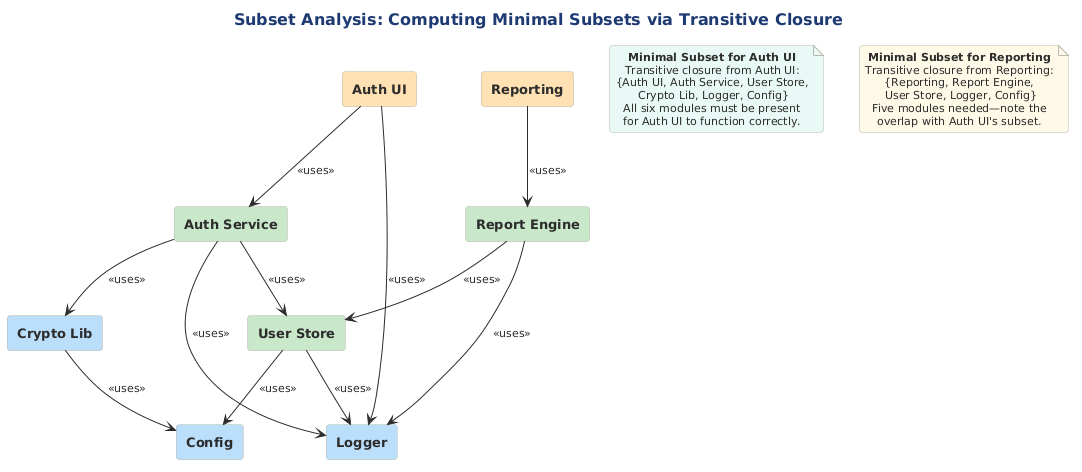
This is src/architecture/views-and-beyond/style-catalogs/module/uses-style/png/subset-analysis-computing-minimal-subsets-via.png from Notoriousjayy/latex-docs, a PlantUML export, as it was before one commit. Its diagram source:
```plantuml
@startuml

skinparam RectangleBorderColor #2C3E50
!include ../../../../../../tooling/styles/plantuml/structural/component-diagram-style.iuml

skinparam RectangleFontSize 13

title Subset Analysis: Computing Minimal Subsets via Transitive Closure

rectangle "**Auth UI**" as F #FFE0B2
rectangle "**Auth Service**" as D #C8E6C9
rectangle "**User Store**" as E #C8E6C9
rectangle "**Crypto Lib**" as B #BBDEFB
rectangle "**Logger**" as C #BBDEFB
rectangle "**Config**" as A #BBDEFB
rectangle "**Reporting**" as G #FFE0B2
rectangle "**Report Engine**" as H #C8E6C9

F -down-> D : <<uses>>
F -down-> C : <<uses>>
D -down-> E : <<uses>>
D -down-> B : <<uses>>
D -down-> C : <<uses>>
E -down-> A : <<uses>>
E -down-> C : <<uses>>
B -down-> A : <<uses>>
G -down-> H : <<uses>>
H -down-> E : <<uses>>
H -down-> C : <<uses>>

note as N1 #E8F8F5
  **Minimal Subset for Auth UI**
  Transitive closure from Auth UI:
  {Auth UI, Auth Service, User Store,
   Crypto Lib, Logger, Config}
  All six modules must be present
  for Auth UI to function correctly.
end note

note as N2 #FEF9E7
  **Minimal Subset for Reporting**
  Transitive closure from Reporting:
  {Reporting, Report Engine,
   User Store, Logger, Config}
  Five modules needed—note the
  overlap with Auth UI's subset.
end note
@enduml
```
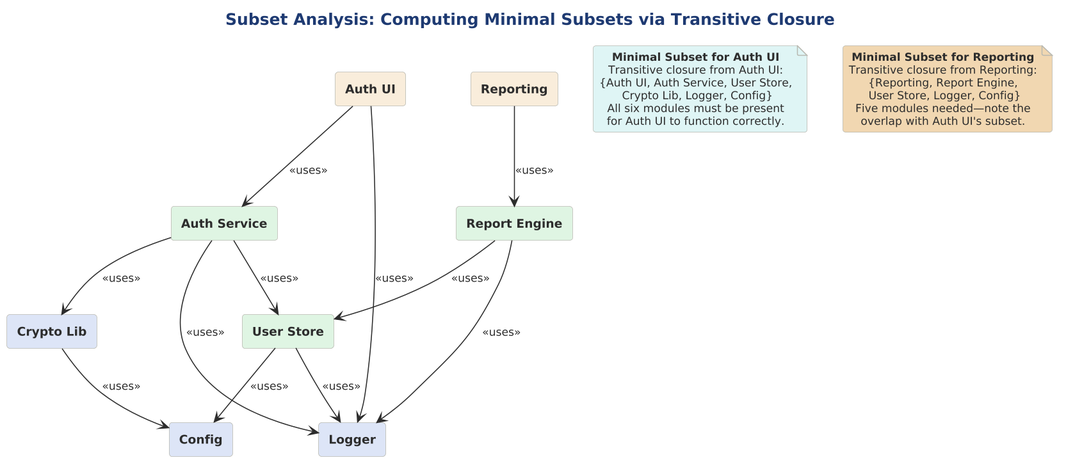
Later version of the same file.

Change to the diagram source:
```diff
@@ -1,20 +1,22 @@
 @startuml
 
-skinparam RectangleBorderColor #2C3E50
+skinparam dpi 150
+
+
+
+
 !include ../../../../../../tooling/styles/plantuml/structural/component-diagram-style.iuml
-
-skinparam RectangleFontSize 13
 
 title Subset Analysis: Computing Minimal Subsets via Transitive Closure
 
-rectangle "**Auth UI**" as F #FFE0B2
-rectangle "**Auth Service**" as D #C8E6C9
-rectangle "**User Store**" as E #C8E6C9
-rectangle "**Crypto Lib**" as B #BBDEFB
-rectangle "**Logger**" as C #BBDEFB
-rectangle "**Config**" as A #BBDEFB
-rectangle "**Reporting**" as G #FFE0B2
-rectangle "**Report Engine**" as H #C8E6C9
+rectangle "**Auth UI**" as F $fill_caution
+rectangle "**Auth Service**" as D $fill_ok
+rectangle "**User Store**" as E $fill_ok
+rectangle "**Crypto Lib**" as B $fill_primary
+rectangle "**Logger**" as C $fill_primary
+rectangle "**Config**" as A $fill_primary
+rectangle "**Reporting**" as G $fill_caution
+rectangle "**Report Engine**" as H $fill_ok
 
 F -down-> D : <<uses>>
 F -down-> C : <<uses>>
@@ -28,7 +30,7 @@
 H -down-> E : <<uses>>
 H -down-> C : <<uses>>
 
-note as N1 #E8F8F5
+note as N1 $fill_dynamic
   **Minimal Subset for Auth UI**
   Transitive closure from Auth UI:
   {Auth UI, Auth Service, User Store,
@@ -37,7 +39,7 @@
   for Auth UI to function correctly.
 end note
 
-note as N2 #FEF9E7
+note as N2 $deep_caution
   **Minimal Subset for Reporting**
   Transitive closure from Reporting:
   {Reporting, Report Engine,
```
